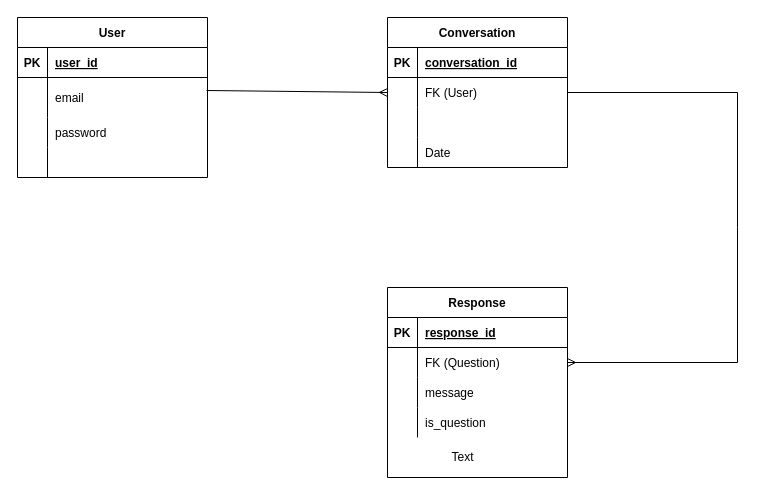
This is test.drawio from EGORDYU/project-2, a draw.io file, before an edit. Source tidied: cells renumbered, new cells numbered last; positions are measured from the earlier drawing's top-left corner, leaving out a move shared by most shapes. Both pictures are drawn from the tidied source at 100%, with x=0, y=0 at pixel (17, 17).
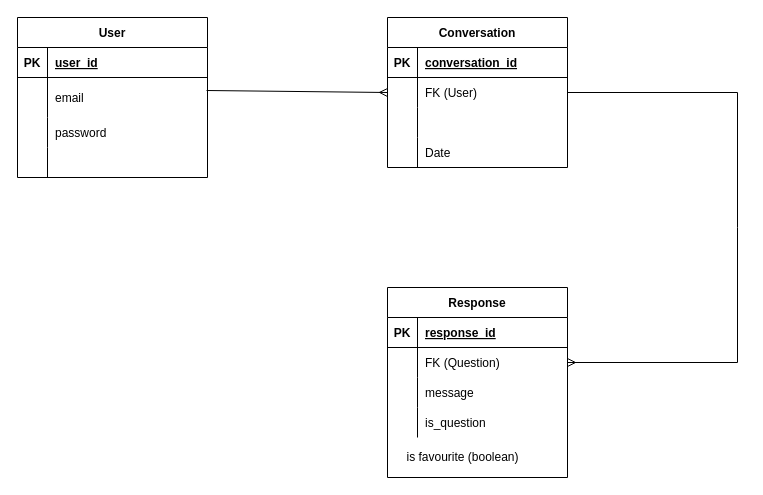
The same diagram, later.

The edit, as a diff of the source:
```diff
@@
-    <mxCell id="43" value="Text" style="text;html=1;align=center;verticalAlign=middle;strokeColor=none;fillColor=none;" parent="1" vertex="1">
-      <mxGeometry x="420" y="425" width="50" height="30" as="geometry" />
+    <mxCell id="43" value="is favourite (boolean)" style="text;html=1;align=center;verticalAlign=middle;strokeColor=none;fillColor=none;" parent="1" vertex="1">
+      <mxGeometry x="375" y="425" width="140" height="30" as="geometry" />
     </mxCell>
```
